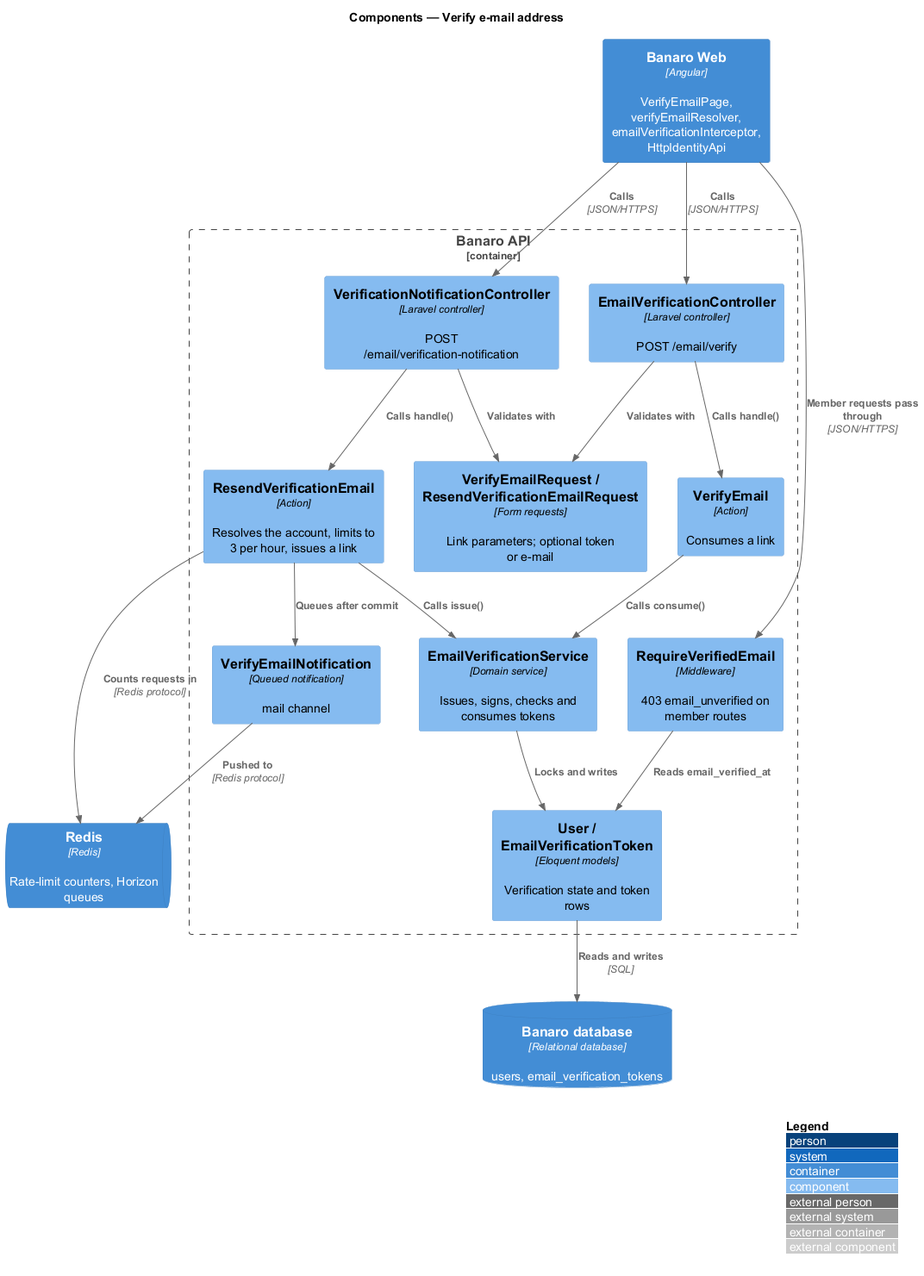
This is docs/detailed-designs/identity/verify-email/diagrams/c4-component.png from QuinntyneBrown/banaro, a PlantUML export, as it was before one commit.
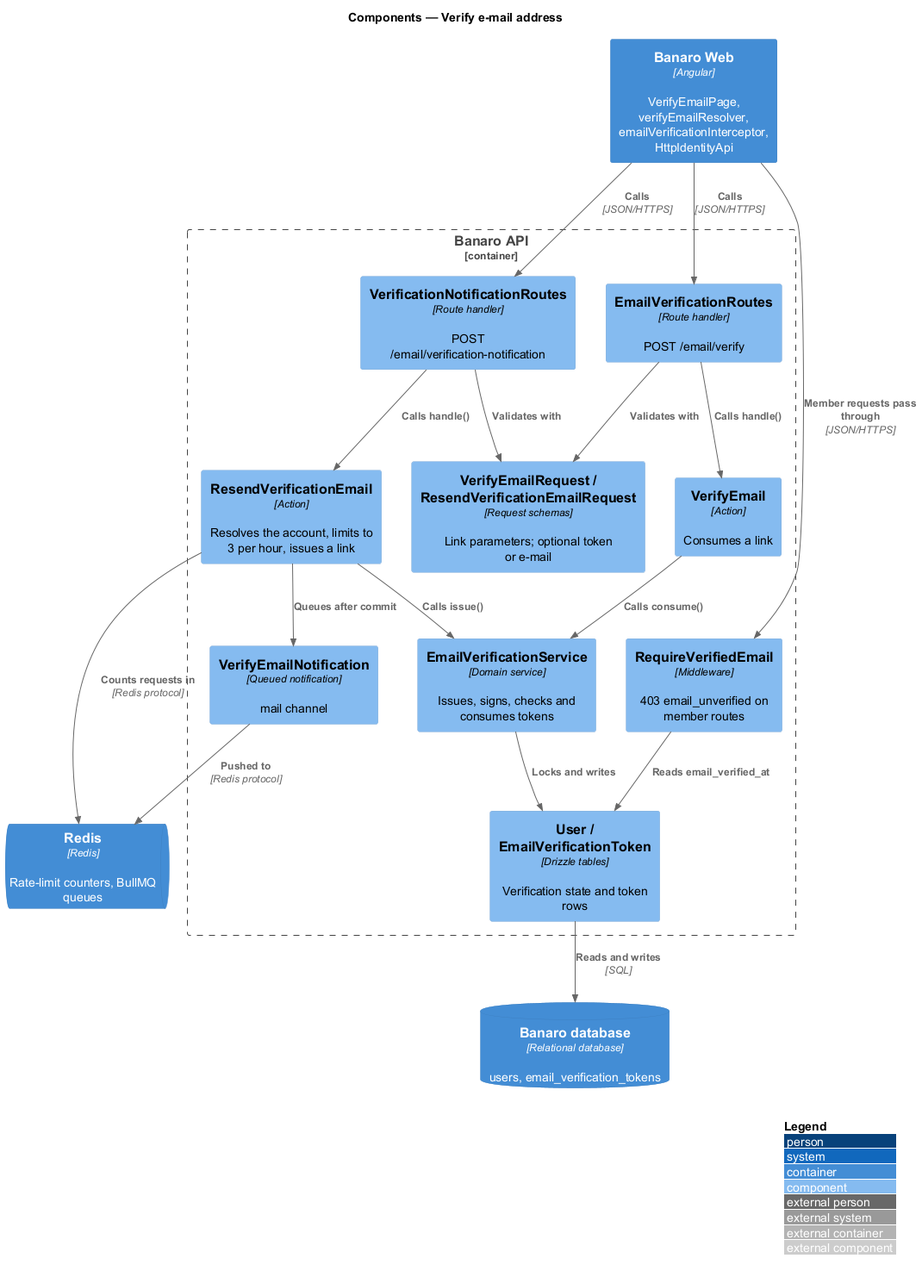
Later version of the same file.

The edit, as a diff of the source:
```diff
@@ -5,17 +5,17 @@
 
 Container(web, "Banaro Web", "Angular", "VerifyEmailPage, verifyEmailResolver, emailVerificationInterceptor, HttpIdentityApi")
 ContainerDb(db, "Banaro database", "Relational database", "users, email_verification_tokens")
-ContainerQueue(redis, "Redis", "Redis", "Rate-limit counters, Horizon queues")
+ContainerQueue(redis, "Redis", "Redis", "Rate-limit counters, BullMQ queues")
 
 Container_Boundary(api, "Banaro API") {
-  Component(verifyCtrl, "EmailVerificationController", "Laravel controller", "POST /email/verify")
-  Component(resendCtrl, "VerificationNotificationController", "Laravel controller", "POST /email/verification-notification")
-  Component(reqs, "VerifyEmailRequest / ResendVerificationEmailRequest", "Form requests", "Link parameters; optional token or e-mail")
+  Component(verifyCtrl, "EmailVerificationRoutes", "Route handler", "POST /email/verify")
+  Component(resendCtrl, "VerificationNotificationRoutes", "Route handler", "POST /email/verification-notification")
+  Component(reqs, "VerifyEmailRequest / ResendVerificationEmailRequest", "Request schemas", "Link parameters; optional token or e-mail")
   Component(verify, "VerifyEmail", "Action", "Consumes a link")
   Component(resend, "ResendVerificationEmail", "Action", "Resolves the account, limits to 3 per hour, issues a link")
   Component(service, "EmailVerificationService", "Domain service", "Issues, signs, checks and consumes tokens")
   Component(gate, "RequireVerifiedEmail", "Middleware", "403 email_unverified on member routes")
-  Component(models, "User / EmailVerificationToken", "Eloquent models", "Verification state and token rows")
+  Component(models, "User / EmailVerificationToken", "Drizzle tables", "Verification state and token rows")
   Component(notify, "VerifyEmailNotification", "Queued notification", "mail channel")
 }
 
```
